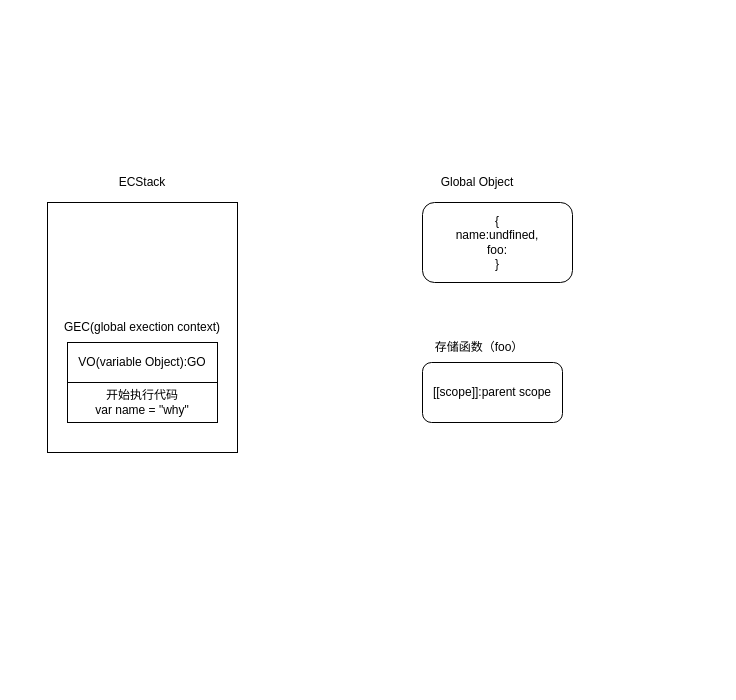
98lxh/JavaScript-Basic keeps this draw.io diagram as 02_learn_scope/flowChart/execution_func.drawio. Above is the earlier version. Source tidied: cells renumbered, new cells numbered last; positions are measured from the earlier drawing's top-left corner, leaving out a move shared by most shapes. Both pictures are drawn from the tidied source at 100%, with x=0, y=0 at pixel (17, 172).
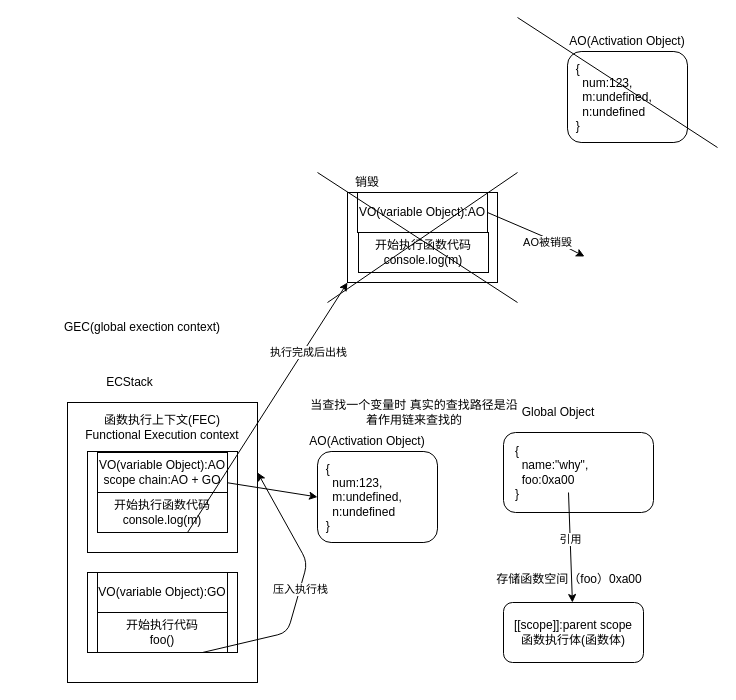
After the change.

What changed in the source:
```diff
@@
     <mxCell id="2" style="rounded=0;whiteSpace=wrap;html=1;" parent="1" vertex="1">
-      <mxGeometry x="30" y="30" width="190" height="250" as="geometry" />
+      <mxGeometry x="50" y="230" width="190" height="280" as="geometry" />
     </mxCell>
@@
     <mxCell id="4" style="rounded=0;whiteSpace=wrap;html=1;" parent="1" vertex="1">
-      <mxGeometry x="50" y="170" width="150" height="80" as="geometry" />
+      <mxGeometry x="70" y="400" width="150" height="80" as="geometry" />
     </mxCell>
     <mxCell id="5" value="VO(variable Object):GO" style="rounded=0;whiteSpace=wrap;html=1;" parent="1" vertex="1">
-      <mxGeometry x="50" y="170" width="150" height="40" as="geometry" />
+      <mxGeometry x="80" y="400" width="130" height="40" as="geometry" />
     </mxCell>
-    <mxCell id="6" value="开始执行代码&lt;br&gt;var name = &quot;why&quot;" style="rounded=0;whiteSpace=wrap;html=1;" parent="1" vertex="1">
-      <mxGeometry x="50" y="210" width="150" height="40" as="geometry" />
+    <mxCell id="6" value="开始执行代码&lt;br&gt;foo()" style="rounded=0;whiteSpace=wrap;html=1;" parent="1" vertex="1">
+      <mxGeometry x="80" y="440" width="130" height="40" as="geometry" />
     </mxCell>
     <mxCell id="7" value="ECStack" style="text;html=1;strokeColor=none;fillColor=none;align=center;verticalAlign=middle;whiteSpace=wrap;rounded=0;" parent="1" vertex="1">
-      <mxGeometry x="105" width="40" height="20" as="geometry" />
+      <mxGeometry x="50" y="200" width="125" height="20" as="geometry" />
     </mxCell>
-    <mxCell id="8" value="{&lt;br&gt;name:undfined,&lt;br&gt;foo:&lt;br&gt;}" style="rounded=1;whiteSpace=wrap;html=1;" parent="1" vertex="1">
-      <mxGeometry x="405" y="30" width="150" height="80" as="geometry" />
+    <mxCell id="8" value="&amp;nbsp; &amp;nbsp;{&lt;br&gt;&amp;nbsp; &amp;nbsp; &amp;nbsp;name:&quot;why&quot;,&lt;br&gt;&amp;nbsp; &amp;nbsp; &amp;nbsp;foo:0xa00&lt;br&gt;&amp;nbsp; &amp;nbsp;}" style="rounded=1;whiteSpace=wrap;html=1;align=left;" parent="1" vertex="1">
+      <mxGeometry x="486" y="260" width="150" height="80" as="geometry" />
     </mxCell>
     <mxCell id="9" value="Global Object" style="text;html=1;strokeColor=none;fillColor=none;align=center;verticalAlign=middle;whiteSpace=wrap;rounded=0;" parent="1" vertex="1">
-      <mxGeometry x="390" width="140" height="20" as="geometry" />
+      <mxGeometry x="471" y="230" width="140" height="20" as="geometry" />
     </mxCell>
-    <mxCell id="10" value="[[scope]]:parent scope" style="rounded=1;whiteSpace=wrap;html=1;" parent="1" vertex="1">
-      <mxGeometry x="405" y="190" width="140" height="60" as="geometry" />
+    <mxCell id="10" value="[[scope]]:parent scope&lt;br&gt;函数执行体(函数体)" style="rounded=1;whiteSpace=wrap;html=1;" parent="1" vertex="1">
+      <mxGeometry x="486" y="430" width="140" height="60" as="geometry" />
     </mxCell>
-    <mxCell id="11" value="存储函数（foo）" style="text;html=1;strokeColor=none;fillColor=none;align=center;verticalAlign=middle;whiteSpace=wrap;rounded=0;" parent="1" vertex="1">
-      <mxGeometry x="412" y="170" width="100" height="10" as="geometry" />
+    <mxCell id="11" value="存储函数空间（foo）0xa00" style="text;html=1;strokeColor=none;fillColor=none;align=center;verticalAlign=middle;whiteSpace=wrap;rounded=0;" parent="1" vertex="1">
+      <mxGeometry x="472" y="402" width="160" height="10" as="geometry" />
     </mxCell>
+    <mxCell id="12" style="endArrow=classic;html=1;" parent="1" edge="1" target="10">
+      <mxGeometry relative="1" as="geometry">
+        <mxPoint x="551" y="320" as="sourcePoint" />
+      </mxGeometry>
+    </mxCell>
+    <mxCell id="13" value="引用" style="edgeLabel;html=1;align=center;verticalAlign=middle;" parent="12" vertex="1">
+      <mxGeometry x="-0.14" relative="1" as="geometry" />
+    </mxCell>
+    <mxCell id="14" value="函数执行上下文(FEC)&lt;br&gt;Functional Execution context" style="text;html=1;strokeColor=none;fillColor=none;align=center;verticalAlign=middle;whiteSpace=wrap;rounded=0;" parent="1" vertex="1">
+      <mxGeometry x="40" y="240" width="210" height="30" as="geometry" />
+    </mxCell>
+    <mxCell id="15" style="rounded=0;whiteSpace=wrap;html=1;" parent="1" vertex="1">
+      <mxGeometry x="70" y="279" width="150" height="101" as="geometry" />
+    </mxCell>
+    <mxCell id="16" value="VO(variable Object):AO&lt;br&gt;scope chain:AO + GO" style="rounded=0;whiteSpace=wrap;html=1;" parent="1" vertex="1">
+      <mxGeometry x="80" y="280" width="130" height="40" as="geometry" />
+    </mxCell>
+    <mxCell id="17" value="&amp;nbsp; {&lt;br&gt;&amp;nbsp; &amp;nbsp; num:123,&lt;br&gt;&amp;nbsp; &amp;nbsp; m:undefined,&lt;br&gt;&amp;nbsp; &amp;nbsp; n:undefined&lt;br&gt;&amp;nbsp; }&amp;nbsp;" style="rounded=1;whiteSpace=wrap;html=1;align=left;" parent="1" vertex="1">
+      <mxGeometry x="300" y="279" width="120" height="91" as="geometry" />
+    </mxCell>
+    <mxCell id="18" value="AO(Activation Object)" style="text;html=1;strokeColor=none;fillColor=none;align=center;verticalAlign=middle;whiteSpace=wrap;rounded=0;" parent="1" vertex="1">
+      <mxGeometry x="290" y="259" width="120" height="20" as="geometry" />
+    </mxCell>
+    <mxCell id="19" value="开始执行函数代码&lt;br&gt;console.log(m)" style="rounded=0;whiteSpace=wrap;html=1;" parent="1" vertex="1">
+      <mxGeometry x="80" y="320" width="130" height="40" as="geometry" />
+    </mxCell>
+    <mxCell id="20" style="rounded=0;whiteSpace=wrap;html=1;" parent="1" vertex="1">
+      <mxGeometry x="330" y="20" width="150" height="90" as="geometry" />
+    </mxCell>
+    <mxCell id="21" value="VO(variable Object):AO" style="rounded=0;whiteSpace=wrap;html=1;" parent="1" vertex="1">
+      <mxGeometry x="340" y="20" width="130" height="40" as="geometry" />
+    </mxCell>
+    <mxCell id="22" value="开始执行函数代码&lt;br&gt;console.log(m)" style="rounded=0;whiteSpace=wrap;html=1;" parent="1" vertex="1">
+      <mxGeometry x="341" y="60" width="130" height="40" as="geometry" />
+    </mxCell>
+    <mxCell id="23" value="销毁" style="text;html=1;strokeColor=none;fillColor=none;align=center;verticalAlign=middle;whiteSpace=wrap;rounded=0;" parent="1" vertex="1">
+      <mxGeometry x="330" width="40" height="20" as="geometry" />
+    </mxCell>
+    <mxCell id="24" style="endArrow=none;html=1;" parent="1" edge="1">
+      <mxGeometry relative="1" as="geometry">
+        <mxPoint x="310" y="130" as="sourcePoint" />
+        <mxPoint x="500" as="targetPoint" />
+      </mxGeometry>
+    </mxCell>
+    <mxCell id="25" style="endArrow=none;html=1;" parent="1" edge="1">
+      <mxGeometry relative="1" as="geometry">
+        <mxPoint x="300" as="sourcePoint" />
+        <mxPoint x="500" y="130" as="targetPoint" />
+      </mxGeometry>
+    </mxCell>
+    <mxCell id="26" style="endArrow=classic;html=1;entryX=0;entryY=0.5;entryDx=0;entryDy=0;" parent="1" edge="1" source="16" target="17">
+      <mxGeometry relative="1" as="geometry" />
+    </mxCell>
+    <mxCell id="27" value="AO被销毁" style="endArrow=classic;html=1;exitX=1;exitY=0.5;exitDx=0;exitDy=0;entryX=-0.025;entryY=0.385;entryDx=0;entryDy=0;entryPerimeter=0;" parent="1" edge="1" source="21">
+      <mxGeometry x="0.26" y="-4" relative="1" as="geometry">
+        <mxPoint x="567" y="84" as="targetPoint" />
+        <Array as="points">
+          <mxPoint x="540" y="70" />
+        </Array>
+      </mxGeometry>
+    </mxCell>
+    <mxCell id="28" value="&amp;nbsp; {&lt;br&gt;&amp;nbsp; &amp;nbsp; num:123,&lt;br&gt;&amp;nbsp; &amp;nbsp; m:undefined,&lt;br&gt;&amp;nbsp; &amp;nbsp; n:undefined&lt;br&gt;&amp;nbsp; }&amp;nbsp;" style="rounded=1;whiteSpace=wrap;html=1;align=left;" parent="1" vertex="1">
+      <mxGeometry x="550" y="-121" width="120" height="91" as="geometry" />
+    </mxCell>
+    <mxCell id="29" value="AO(Activation Object)" style="text;html=1;strokeColor=none;fillColor=none;align=center;verticalAlign=middle;whiteSpace=wrap;rounded=0;" parent="1" vertex="1">
+      <mxGeometry x="550" y="-141" width="120" height="20" as="geometry" />
+    </mxCell>
+    <mxCell id="30" style="endArrow=none;html=1;" parent="1" edge="1">
+      <mxGeometry relative="1" as="geometry">
+        <mxPoint x="500" y="-155" as="sourcePoint" />
+        <mxPoint x="700" y="-25" as="targetPoint" />
+      </mxGeometry>
+    </mxCell>
+    <mxCell id="31" style="endArrow=classic;html=1;entryX=0;entryY=1;entryDx=0;entryDy=0;" parent="1" edge="1" target="20">
+      <mxGeometry relative="1" as="geometry">
+        <mxPoint x="170" y="360" as="sourcePoint" />
+      </mxGeometry>
+    </mxCell>
+    <mxCell id="32" value="执行完成后出栈" style="edgeLabel;html=1;align=center;verticalAlign=middle;" parent="31" vertex="1">
+      <mxGeometry x="0.17" y="-2" relative="1" as="geometry">
+        <mxPoint x="25" y="-35" as="offset" />
+      </mxGeometry>
+    </mxCell>
+    <mxCell id="33" style="endArrow=classic;html=1;" parent="1" edge="1">
+      <mxGeometry relative="1" as="geometry">
+        <mxPoint x="185" y="480" as="sourcePoint" />
+        <mxPoint x="240" y="300" as="targetPoint" />
+        <Array as="points">
+          <mxPoint x="270" y="460" />
+          <mxPoint x="290" y="390" />
+        </Array>
+      </mxGeometry>
+    </mxCell>
+    <mxCell id="34" value="压入执行栈" style="edgeLabel;html=1;align=center;verticalAlign=middle;" parent="33" vertex="1">
+      <mxGeometry x="0.01" relative="1" as="geometry" />
+    </mxCell>
+    <mxCell id="35" value="当查找一个变量时 真实的查找路径是沿着作用链来查找的" style="text;html=1;strokeColor=none;fillColor=none;align=center;verticalAlign=middle;whiteSpace=wrap;rounded=0;" parent="1" vertex="1">
+      <mxGeometry x="290" y="230" width="214" height="20" as="geometry" />
+    </mxCell>
```
